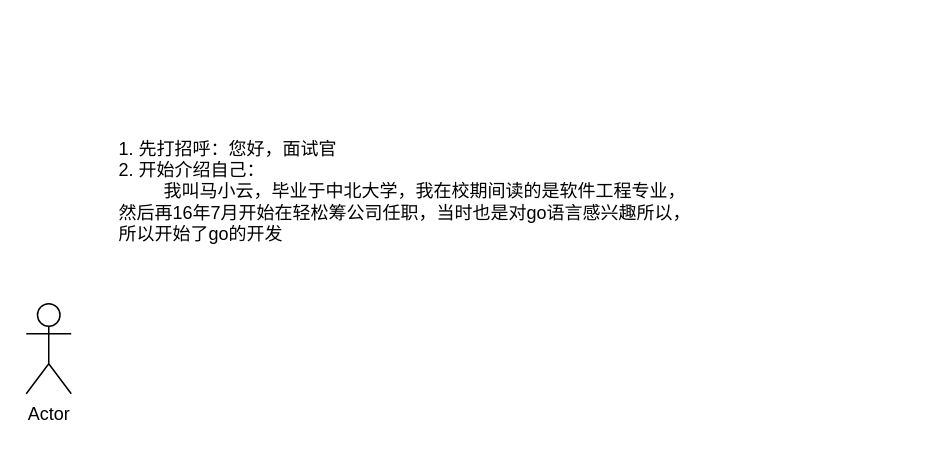
This is 个人.drawio from luckymateo/EssaysNotes, a draw.io file, before an edit. Source tidied: cells renumbered, new cells numbered last; positions are measured from the earlier drawing's top-left corner, leaving out a move shared by most shapes. Both pictures are drawn from the tidied source at 150%, with x=0, y=0 at pixel (26, 130).
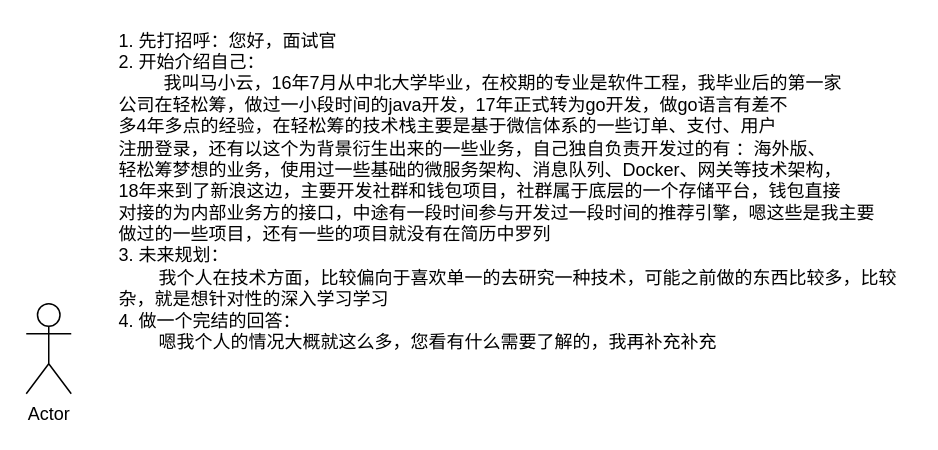
The same diagram, later.

The edit, as a diff of the source:
```diff
@@
 <mxGraphModel>
   <root>
     <mxCell id="0" />
     <mxCell id="1" parent="0" />
     <mxCell id="2" value="Actor" style="shape=umlActor;verticalLabelPosition=bottom;verticalAlign=top;html=1;" parent="1" vertex="1">
       <mxGeometry y="115" width="30" height="60" as="geometry" />
     </mxCell>
-    <mxCell id="3" value="1. 先打招呼：您好，面试官&lt;br&gt;&lt;div&gt;&lt;span&gt;2. 开始介绍自己：&lt;/span&gt;&lt;/div&gt;&lt;div&gt;&lt;span&gt;&amp;nbsp; &amp;nbsp; &amp;nbsp; &amp;nbsp; &amp;nbsp;我叫马小云，毕业于中北大学，我在校期间读的是软件工程专业，&lt;/span&gt;&lt;/div&gt;&lt;div&gt;&lt;span&gt;然后再16年7月开始在轻松筹公司任职，当时也是对go语言感兴趣所以，&lt;/span&gt;&lt;/div&gt;&lt;div&gt;所以开始了go的开发&lt;/div&gt;" style="text;html=1;align=left;verticalAlign=middle;" parent="1" vertex="1">
-      <mxGeometry x="60" width="400" height="80" as="geometry" />
+    <mxCell id="3" value="1. 先打招呼：您好，面试官&lt;br&gt;&lt;div&gt;&lt;span&gt;2. 开始介绍自己：&lt;/span&gt;&lt;/div&gt;&lt;div&gt;&lt;span&gt;&amp;nbsp; &amp;nbsp; &amp;nbsp; &amp;nbsp; &amp;nbsp;我叫马小云，16年7月从中北大学毕业，在校期的专业是软件工程，我&lt;/span&gt;&lt;span&gt;毕业后的第一家&lt;/span&gt;&lt;/div&gt;&lt;div&gt;&lt;span&gt;公司在轻松筹，做过一小段时间的java开发，17年正式转为go开发，&lt;/span&gt;&lt;span&gt;做go语言有差不&lt;/span&gt;&lt;/div&gt;&lt;div&gt;&lt;span&gt;多4年多点的经验，在轻松筹的技术栈主要是基于微信体系的一些订单、支付、用户&lt;/span&gt;&lt;/div&gt;&lt;div&gt;&lt;span&gt;注册登录，还有以这个为背景衍生出来的一些业务，自己独自负责开发过的有 ：海外版、&lt;/span&gt;&lt;/div&gt;&lt;div&gt;&lt;span&gt;轻松&lt;/span&gt;&lt;span&gt;筹梦想的业务，使用过一些基础的微服务架构、消息队列、Docker、网关等技术架构，&lt;/span&gt;&lt;/div&gt;&lt;div&gt;&lt;span&gt;18年来到了新浪这边，主要开发社群和钱包项目，社群属于底层的一个存储平台，钱包直接&lt;/span&gt;&lt;/div&gt;&lt;div&gt;&lt;span&gt;对接的为内部业务方的接口，中途有一段时间参与开发过一段时间的&lt;/span&gt;&lt;span&gt;推荐引擎，嗯这些是我主要&lt;/span&gt;&lt;/div&gt;&lt;div&gt;&lt;span&gt;做过的一些项目，还有一些的项目就没有在简历中罗列&lt;/span&gt;&lt;/div&gt;&lt;div&gt;&lt;span&gt;3. 未来规划：&lt;/span&gt;&lt;/div&gt;&lt;div&gt;&lt;span&gt;&amp;nbsp; &amp;nbsp; &amp;nbsp; &amp;nbsp; 我个人在技术方面，比较偏向于喜欢单一的去研究一种技术，可能之前做的东西比较多，&lt;/span&gt;&lt;span&gt;比较&lt;/span&gt;&lt;/div&gt;&lt;div&gt;&lt;span&gt;杂，就是想针对性的深入学习学习&lt;/span&gt;&lt;/div&gt;&lt;div&gt;&lt;span&gt;4. 做一个完结的回答：&lt;/span&gt;&lt;/div&gt;&lt;div&gt;&lt;span&gt;&amp;nbsp; &amp;nbsp; &amp;nbsp; &amp;nbsp; 嗯我个人的情况大概就这么多，您看有什么需要了解的，我再补充补充&lt;/span&gt;&lt;/div&gt;" style="text;html=1;align=left;verticalAlign=middle;" parent="1" vertex="1">
+      <mxGeometry x="60" y="-70" width="530" height="220" as="geometry" />
     </mxCell>
   </root>
 </mxGraphModel>
```
